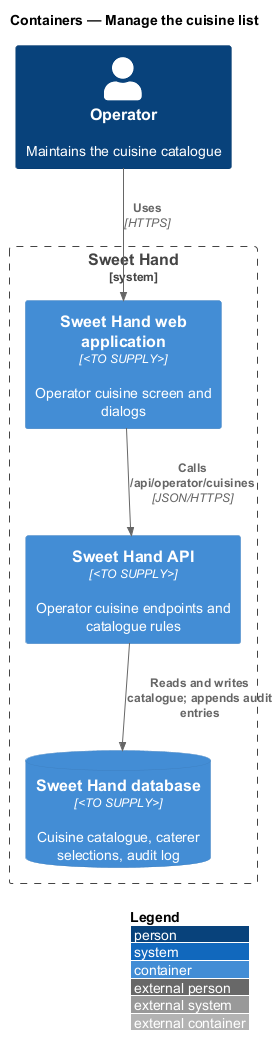
This is docs/detailed-designs/discovery/manage-cuisine-list/diagrams/c4-container.png from QuinntyneBrown/sweet-hand, a PlantUML export, as it was before one commit.
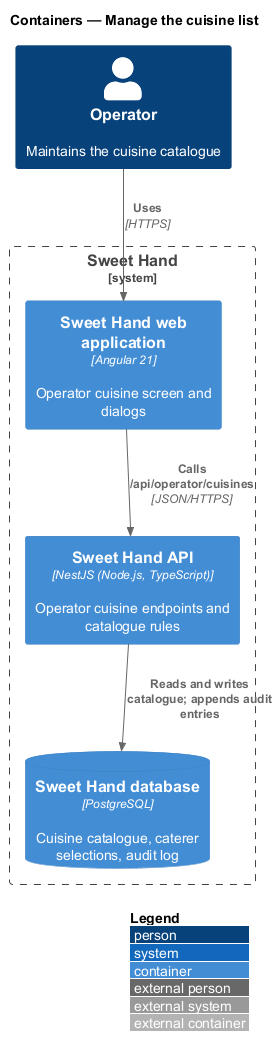
After the change.

Diff of the diagram source:
```diff
@@ -5,9 +5,9 @@
 
 Person(operator, "Operator", "Maintains the cuisine catalogue")
 System_Boundary(sweethand, "Sweet Hand") {
-  Container(web, "Sweet Hand web application", "<TO SUPPLY>", "Operator cuisine screen and dialogs")
-  Container(api, "Sweet Hand API", "<TO SUPPLY>", "Operator cuisine endpoints and catalogue rules")
-  ContainerDb(db, "Sweet Hand database", "<TO SUPPLY>", "Cuisine catalogue, caterer selections, audit log")
+  Container(web, "Sweet Hand web application", "Angular 21", "Operator cuisine screen and dialogs")
+  Container(api, "Sweet Hand API", "NestJS (Node.js, TypeScript)", "Operator cuisine endpoints and catalogue rules")
+  ContainerDb(db, "Sweet Hand database", "PostgreSQL", "Cuisine catalogue, caterer selections, audit log")
 }
 Rel(operator, web, "Uses", "HTTPS")
 Rel(web, api, "Calls /api/operator/cuisines", "JSON/HTTPS")
```
